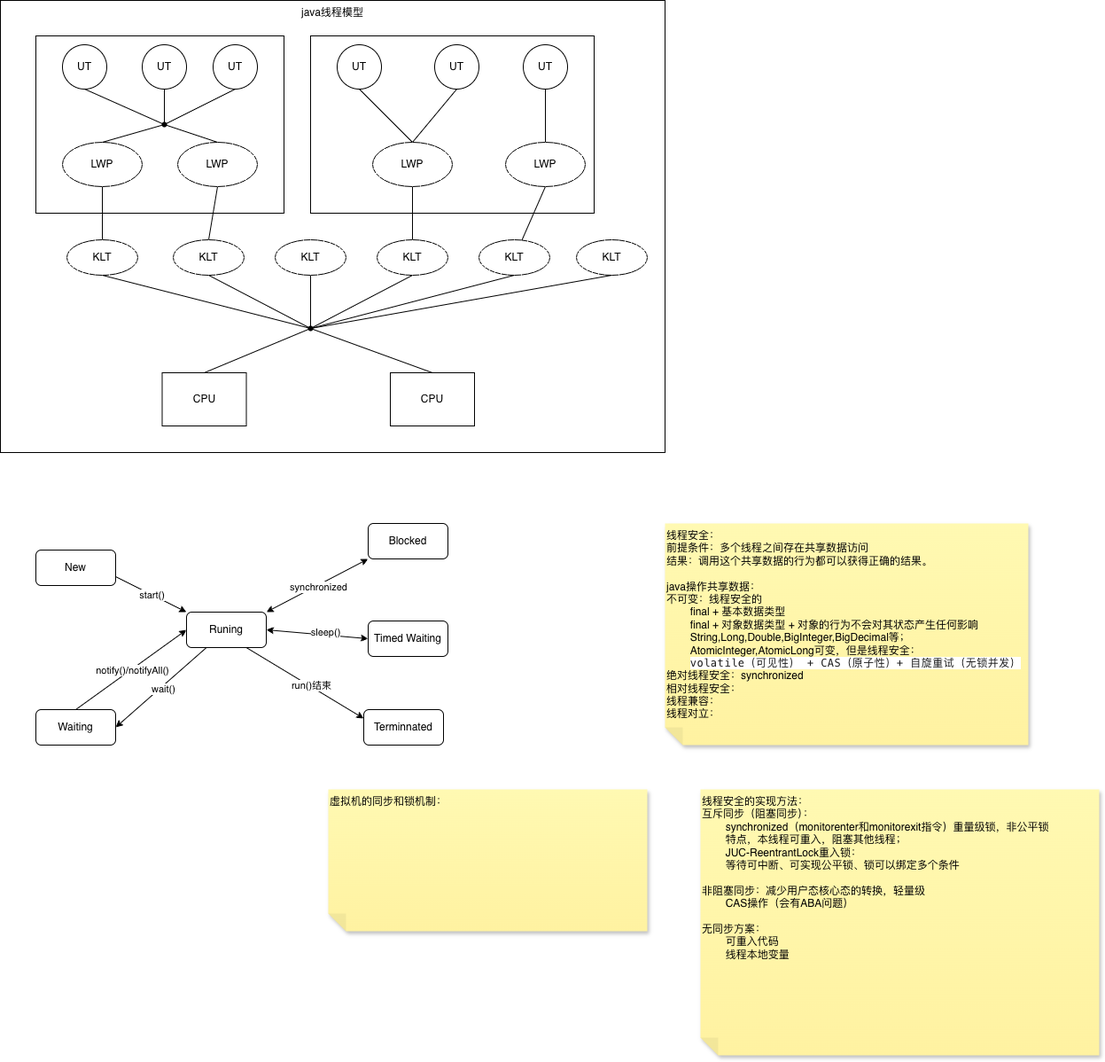
Earlier version of the draw.io export java线程模型和线程状态.drawio.png (ggs2015/file). Source tidied: cells renumbered, new cells last; positions are measured from the earlier drawing's top-left corner, leaving out a move shared by most shapes.
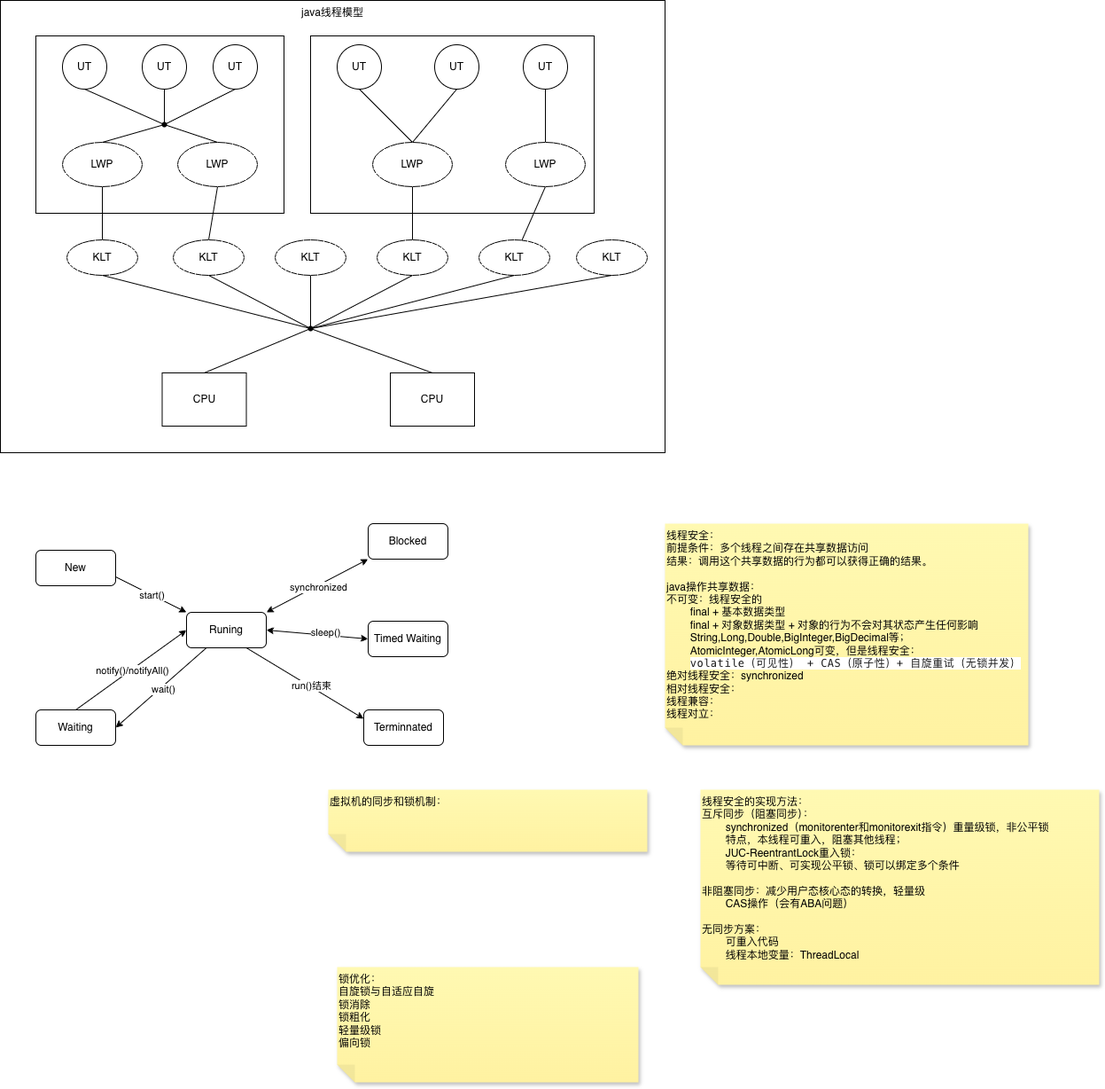
After the commit.

Commit message:
更新java线程模型和线程状态.drawio.png

Diff of the diagram source:
```diff
@@ -195,11 +195,14 @@
     <mxCell id="64" value="线程安全：&lt;div&gt;前提条件：多个线程之间存在共享数据访问&lt;/div&gt;&lt;div&gt;结果：调用这个共享数据的行为都可以获得正确的结果。&lt;/div&gt;&lt;div&gt;&lt;br&gt;&lt;/div&gt;&lt;div&gt;java操作共享数据：&lt;/div&gt;&lt;div&gt;不可变：线程安全的&lt;/div&gt;&lt;div&gt;&lt;span style=&quot;white-space: pre;&quot;&gt;&#9;&lt;/span&gt;final + 基本数据类型&lt;/div&gt;&lt;div&gt;&lt;span style=&quot;white-space: pre;&quot;&gt;&#9;&lt;/span&gt;final + 对象数据类型 + 对象的行为不会对其状态产生任何影响&lt;/div&gt;&lt;div&gt;&lt;span style=&quot;white-space: pre;&quot;&gt;&#9;&lt;/span&gt;String,Long,Double,BigInteger,BigDecimal等；&lt;br&gt;&lt;/div&gt;&lt;div&gt;&lt;span style=&quot;white-space: pre;&quot;&gt;&#9;&lt;/span&gt;AtomicInteger,AtomicLong可变，但是线程安全：&lt;br&gt;&lt;/div&gt;&lt;div&gt;&lt;span style=&quot;white-space: pre;&quot;&gt;&#9;&lt;/span&gt;&lt;font color=&quot;#1a1a1a&quot; face=&quot;Fira Code, Fira Mono, Menlo, Consolas, DejaVu Sans Mono, monospace&quot;&gt;&lt;span style=&quot;letter-spacing: 0.5px; background-color: rgb(255, 255, 255);&quot;&gt;volatile（可见性） + CAS（原子性）+ 自旋重试（无锁并发）&lt;/span&gt;&lt;/font&gt;&lt;/div&gt;&lt;div&gt;绝对线程安全：synchronized&lt;/div&gt;&lt;div&gt;相对线程安全：&lt;/div&gt;&lt;div&gt;线程兼容：&lt;/div&gt;&lt;div&gt;线程对立：&lt;/div&gt;&lt;div&gt;&lt;br&gt;&lt;/div&gt;&lt;div&gt;&lt;span style=&quot;white-space: pre;&quot;&gt;&#9;&lt;/span&gt;&lt;br&gt;&lt;/div&gt;" style="shape=note;whiteSpace=wrap;html=1;backgroundOutline=1;fontColor=#000000;darkOpacity=0.05;fillColor=#FFF9B2;strokeColor=none;fillStyle=solid;direction=west;gradientDirection=north;gradientColor=#FFF2A1;shadow=1;size=20;verticalAlign=top;align=left;" parent="1" vertex="1">
       <mxGeometry x="750" y="590" width="410" height="250" as="geometry" />
     </mxCell>
-    <mxCell id="65" value="线程安全的实现方法：&lt;div&gt;互斥同步（阻塞同步）：&lt;/div&gt;&lt;div&gt;&lt;span style=&quot;white-space: pre;&quot;&gt;&#9;&lt;/span&gt;synchronized（monitorenter和monitorexit指令）重量级锁，非公平锁&lt;/div&gt;&lt;div&gt;&lt;span style=&quot;white-space: pre;&quot;&gt;&#9;&lt;/span&gt;特点，本线程可重入，阻塞其他线程；&lt;br&gt;&lt;/div&gt;&lt;div&gt;&lt;span style=&quot;white-space: pre;&quot;&gt;&#9;&lt;/span&gt;JUC-ReentrantLock重入锁：&lt;br&gt;&lt;/div&gt;&lt;div&gt;&lt;span style=&quot;white-space: pre;&quot;&gt;&#9;&lt;/span&gt;等待可中断、可实现公平锁、锁可以绑定多个条件&lt;br&gt;&lt;/div&gt;&lt;div&gt;&lt;br&gt;&lt;/div&gt;&lt;div&gt;非阻塞同步：减少用户态核心态的转换，轻量级&lt;/div&gt;&lt;div&gt;&lt;span style=&quot;white-space: pre;&quot;&gt;&#9;&lt;/span&gt;CAS操作（会有ABA问题）&lt;br&gt;&lt;/div&gt;&lt;div&gt;&lt;br&gt;&lt;/div&gt;&lt;div&gt;无同步方案：&lt;/div&gt;&lt;div&gt;&lt;span style=&quot;white-space: pre;&quot;&gt;&#9;&lt;/span&gt;可重入代码&lt;br&gt;&lt;/div&gt;&lt;div&gt;&lt;span style=&quot;white-space: pre;&quot;&gt;&#9;&lt;/span&gt;线程本地变量&lt;br&gt;&lt;/div&gt;" style="shape=note;whiteSpace=wrap;html=1;backgroundOutline=1;fontColor=#000000;darkOpacity=0.05;fillColor=#FFF9B2;strokeColor=none;fillStyle=solid;direction=west;gradientDirection=north;gradientColor=#FFF2A1;shadow=1;size=20;verticalAlign=top;align=left;" parent="1" vertex="1">
-      <mxGeometry x="790" y="890" width="450" height="300" as="geometry" />
+    <mxCell id="65" value="线程安全的实现方法：&lt;div&gt;互斥同步（阻塞同步）：&lt;/div&gt;&lt;div&gt;&lt;span style=&quot;white-space: pre;&quot;&gt;&#9;&lt;/span&gt;synchronized（monitorenter和monitorexit指令）重量级锁，非公平锁&lt;/div&gt;&lt;div&gt;&lt;span style=&quot;white-space: pre;&quot;&gt;&#9;&lt;/span&gt;特点，本线程可重入，阻塞其他线程；&lt;br&gt;&lt;/div&gt;&lt;div&gt;&lt;span style=&quot;white-space: pre;&quot;&gt;&#9;&lt;/span&gt;JUC-ReentrantLock重入锁：&lt;br&gt;&lt;/div&gt;&lt;div&gt;&lt;span style=&quot;white-space: pre;&quot;&gt;&#9;&lt;/span&gt;等待可中断、可实现公平锁、锁可以绑定多个条件&lt;br&gt;&lt;/div&gt;&lt;div&gt;&lt;br&gt;&lt;/div&gt;&lt;div&gt;非阻塞同步：减少用户态核心态的转换，轻量级&lt;/div&gt;&lt;div&gt;&lt;span style=&quot;white-space: pre;&quot;&gt;&#9;&lt;/span&gt;CAS操作（会有ABA问题）&lt;br&gt;&lt;/div&gt;&lt;div&gt;&lt;br&gt;&lt;/div&gt;&lt;div&gt;无同步方案：&lt;/div&gt;&lt;div&gt;&lt;span style=&quot;white-space: pre;&quot;&gt;&#9;&lt;/span&gt;可重入代码&lt;br&gt;&lt;/div&gt;&lt;div&gt;&lt;span style=&quot;white-space: pre;&quot;&gt;&#9;&lt;/span&gt;线程本地变量：ThreadLocal&lt;br&gt;&lt;/div&gt;" style="shape=note;whiteSpace=wrap;html=1;backgroundOutline=1;fontColor=#000000;darkOpacity=0.05;fillColor=#FFF9B2;strokeColor=none;fillStyle=solid;direction=west;gradientDirection=north;gradientColor=#FFF2A1;shadow=1;size=20;verticalAlign=top;align=left;" parent="1" vertex="1">
+      <mxGeometry x="790" y="890" width="450" height="220" as="geometry" />
     </mxCell>
     <mxCell id="66" value="虚拟机的同步和锁机制：" style="shape=note;whiteSpace=wrap;html=1;backgroundOutline=1;fontColor=#000000;darkOpacity=0.05;fillColor=#FFF9B2;strokeColor=none;fillStyle=solid;direction=west;gradientDirection=north;gradientColor=#FFF2A1;shadow=1;size=20;verticalAlign=top;align=left;" parent="1" vertex="1">
-      <mxGeometry x="370" y="890" width="360" height="160" as="geometry" />
+      <mxGeometry x="370" y="890" width="360" height="70" as="geometry" />
     </mxCell>
+    <mxCell id="67" value="锁优化：&lt;div&gt;自旋锁与自适应自旋&lt;/div&gt;&lt;div&gt;锁消除&lt;/div&gt;&lt;div&gt;锁粗化&lt;/div&gt;&lt;div&gt;轻量级锁&lt;/div&gt;&lt;div&gt;偏向锁&lt;/div&gt;&lt;div&gt;&lt;br&gt;&lt;/div&gt;&lt;div&gt;&lt;br&gt;&lt;/div&gt;" style="shape=note;whiteSpace=wrap;html=1;backgroundOutline=1;fontColor=#000000;darkOpacity=0.05;fillColor=#FFF9B2;strokeColor=none;fillStyle=solid;direction=west;gradientDirection=north;gradientColor=#FFF2A1;shadow=1;size=20;verticalAlign=top;align=left;" parent="1" vertex="1">
+      <mxGeometry x="380" y="1090" width="340" height="130" as="geometry" />
+    </mxCell>
   </root>
 </mxGraphModel>
```
